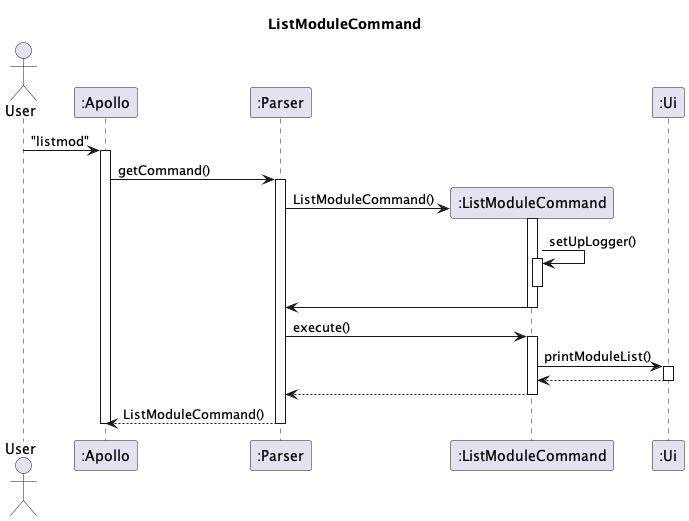
Earlier version of the PlantUML export docs/uml-diagrams/ListMod-ListModuleCommand.png (nus-cs2113-AY2223S2/tp).
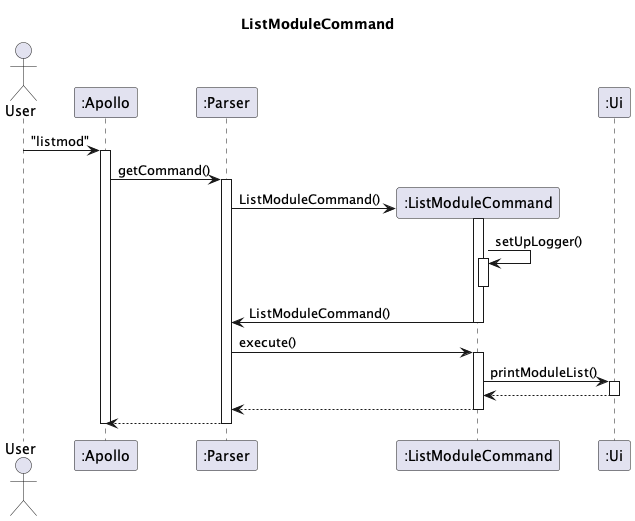
After the commit.

Commit message:
Update UML Diagram for ListModuleCommand

The edit, as a diff of the source:
```diff
@@ -19,7 +19,7 @@
 ListMod -> ListMod : setUpLogger()
 activate ListMod
 deactivate ListMod
-ListMod -> Parser
+ListMod -> Parser: ListModuleCommand()
 deactivate ListMod
 
 
@@ -35,7 +35,7 @@
 ListMod --> Parser
 
 deactivate ListMod
-Parser --> Apollo : ListModuleCommand()
+Parser --> Apollo
 deactivate Parser
 deactivate Apollo
 @enduml
```
